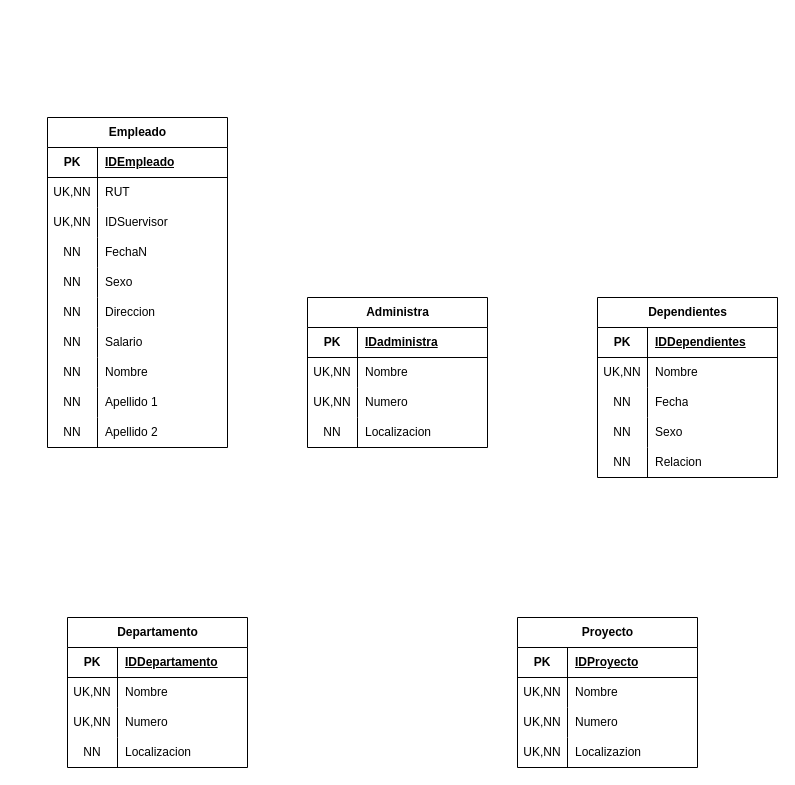
The draw.io diagram Examen Progreso II.drawio in Mundrack/Base-de-datos, before the edit. Source tidied: cells renumbered, new cells numbered last; positions are measured from the earlier drawing's top-left corner, leaving out a move shared by most shapes. Both pictures are drawn from the tidied source at 100%, with x=0, y=0 at pixel (47, 117).
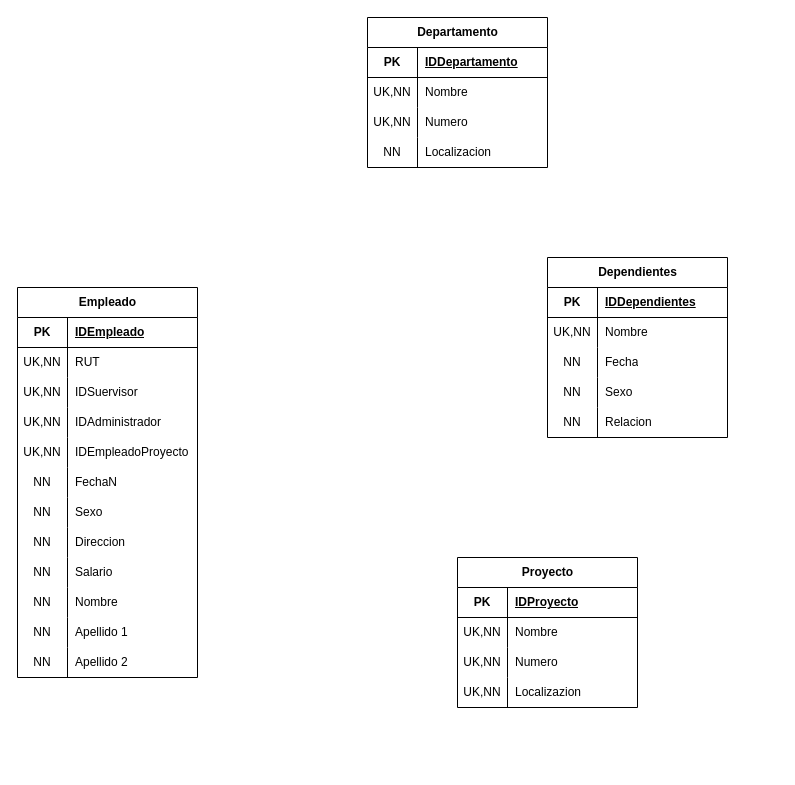
The same diagram, later.

What changed in the source:
```diff
@@
     <mxCell id="2" value="Empleado" style="shape=table;startSize=30;childLayout=tableLayout;rowLines=0;fontStyle=1;align=center;html=1;" parent="1" vertex="1">
-      <mxGeometry width="180" height="330" as="geometry" />
+      <mxGeometry x="-30" y="170" width="180" height="390" as="geometry" />
     </mxCell>
@@
+    <mxCell id="85" style="shape=tableRow;horizontal=0;startSize=0;swimlaneHead=0;swimlaneBody=0;fillColor=none;top=0;left=0;right=0;bottom=0;" parent="2" vertex="1">
+      <mxGeometry y="120" width="180" height="30" as="geometry" />
+    </mxCell>
+    <mxCell id="88" value="UK,NN" style="shape=partialRectangle;fillColor=none;top=0;left=0;bottom=0;right=0;overflow=hidden;whiteSpace=wrap;html=1;" parent="85" vertex="1">
+      <mxGeometry width="50" height="30" as="geometry" />
+    </mxCell>
+    <mxCell id="89" value="IDAdministrador" style="shape=partialRectangle;fillColor=none;top=0;left=0;bottom=0;right=0;align=left;spacingLeft=6;overflow=hidden;whiteSpace=wrap;html=1;" parent="85" vertex="1">
+      <mxGeometry x="50" width="130" height="30" as="geometry" />
+    </mxCell>
+    <mxCell id="90" style="shape=tableRow;horizontal=0;startSize=0;swimlaneHead=0;swimlaneBody=0;fillColor=none;top=0;left=0;right=0;bottom=0;" parent="2" vertex="1">
+      <mxGeometry y="150" width="180" height="30" as="geometry" />
+    </mxCell>
+    <mxCell id="91" value="UK,NN" style="shape=partialRectangle;fillColor=none;top=0;left=0;bottom=0;right=0;overflow=hidden;whiteSpace=wrap;html=1;" parent="90" vertex="1">
+      <mxGeometry width="50" height="30" as="geometry" />
+    </mxCell>
+    <mxCell id="92" value="IDEmpleadoProyecto" style="shape=partialRectangle;fillColor=none;top=0;left=0;bottom=0;right=0;align=left;spacingLeft=6;overflow=hidden;whiteSpace=wrap;html=1;" parent="90" vertex="1">
+      <mxGeometry x="50" width="130" height="30" as="geometry" />
+    </mxCell>
     <mxCell id="12" style="shape=tableRow;horizontal=0;startSize=0;swimlaneHead=0;swimlaneBody=0;fillColor=none;top=0;left=0;right=0;bottom=0;" parent="2" vertex="1">
-      <mxGeometry y="120" width="180" height="30" as="geometry" />
+      <mxGeometry y="180" width="180" height="30" as="geometry" />
     </mxCell>
@@
     <mxCell id="15" style="shape=tableRow;horizontal=0;startSize=0;swimlaneHead=0;swimlaneBody=0;fillColor=none;top=0;left=0;right=0;bottom=0;" parent="2" vertex="1">
-      <mxGeometry y="150" width="180" height="30" as="geometry" />
+      <mxGeometry y="210" width="180" height="30" as="geometry" />
     </mxCell>
@@
     <mxCell id="18" style="shape=tableRow;horizontal=0;startSize=0;swimlaneHead=0;swimlaneBody=0;fillColor=none;top=0;left=0;right=0;bottom=0;" parent="2" vertex="1">
-      <mxGeometry y="180" width="180" height="30" as="geometry" />
+      <mxGeometry y="240" width="180" height="30" as="geometry" />
     </mxCell>
@@
     <mxCell id="21" style="shape=tableRow;horizontal=0;startSize=0;swimlaneHead=0;swimlaneBody=0;fillColor=none;top=0;left=0;right=0;bottom=0;" parent="2" vertex="1">
-      <mxGeometry y="210" width="180" height="30" as="geometry" />
+      <mxGeometry y="270" width="180" height="30" as="geometry" />
     </mxCell>
@@
     <mxCell id="24" style="shape=tableRow;horizontal=0;startSize=0;swimlaneHead=0;swimlaneBody=0;fillColor=none;top=0;left=0;right=0;bottom=0;" parent="2" vertex="1">
-      <mxGeometry y="240" width="180" height="30" as="geometry" />
+      <mxGeometry y="300" width="180" height="30" as="geometry" />
     </mxCell>
@@
     <mxCell id="27" style="shape=tableRow;horizontal=0;startSize=0;swimlaneHead=0;swimlaneBody=0;fillColor=none;top=0;left=0;right=0;bottom=0;" parent="2" vertex="1">
-      <mxGeometry y="270" width="180" height="30" as="geometry" />
+      <mxGeometry y="330" width="180" height="30" as="geometry" />
     </mxCell>
@@
     <mxCell id="30" style="shape=tableRow;horizontal=0;startSize=0;swimlaneHead=0;swimlaneBody=0;fillColor=none;top=0;left=0;right=0;bottom=0;" parent="2" vertex="1">
-      <mxGeometry y="300" width="180" height="30" as="geometry" />
+      <mxGeometry y="360" width="180" height="30" as="geometry" />
     </mxCell>
@@
     <mxCell id="33" value="Departamento" style="shape=table;startSize=30;childLayout=tableLayout;rowLines=0;fontStyle=1;align=center;html=1;" parent="1" vertex="1">
-      <mxGeometry x="20" y="500" width="180" height="150" as="geometry" />
+      <mxGeometry x="320" y="-100" width="180" height="150" as="geometry" />
     </mxCell>
@@
     <mxCell id="46" value="Proyecto" style="shape=table;startSize=30;childLayout=tableLayout;rowLines=0;fontStyle=1;align=center;html=1;" parent="1" vertex="1">
-      <mxGeometry x="470" y="500" width="180" height="150" as="geometry" />
+      <mxGeometry x="410" y="440" width="180" height="150" as="geometry" />
     </mxCell>
@@
     <mxCell id="59" value="Dependientes" style="shape=table;startSize=30;childLayout=tableLayout;rowLines=0;fontStyle=1;align=center;html=1;" parent="1" vertex="1">
-      <mxGeometry x="550" y="180" width="180" height="180" as="geometry" />
+      <mxGeometry x="500" y="140" width="180" height="180" as="geometry" />
     </mxCell>
@@
-    <mxCell id="75" value="Administra" style="shape=table;startSize=30;childLayout=tableLayout;rowLines=0;fontStyle=1;align=center;html=1;" parent="1" vertex="1">
-      <mxGeometry x="260" y="180" width="180" height="150" as="geometry" />
-    </mxCell>
-    <mxCell id="76" style="shape=tableRow;horizontal=0;startSize=0;swimlaneHead=0;swimlaneBody=0;fillColor=none;top=0;left=0;right=0;bottom=1;" parent="75" vertex="1">
-      <mxGeometry y="30" width="180" height="30" as="geometry" />
-    </mxCell>
-    <mxCell id="77" value="PK" style="shape=partialRectangle;fillColor=none;top=0;left=0;bottom=0;right=0;fontStyle=1;overflow=hidden;whiteSpace=wrap;html=1;" parent="76" vertex="1">
-      <mxGeometry width="50" height="30" as="geometry" />
-    </mxCell>
-    <mxCell id="78" value="IDadministra" style="shape=partialRectangle;fillColor=none;top=0;left=0;bottom=0;right=0;align=left;spacingLeft=6;fontStyle=5;overflow=hidden;whiteSpace=wrap;html=1;" parent="76" vertex="1">
-      <mxGeometry x="50" width="130" height="30" as="geometry" />
-    </mxCell>
-    <mxCell id="79" style="shape=tableRow;horizontal=0;startSize=0;swimlaneHead=0;swimlaneBody=0;fillColor=none;top=0;left=0;right=0;bottom=0;" parent="75" vertex="1">
-      <mxGeometry y="60" width="180" height="30" as="geometry" />
-    </mxCell>
-    <mxCell id="80" value="UK,NN" style="shape=partialRectangle;fillColor=none;top=0;left=0;bottom=0;right=0;overflow=hidden;whiteSpace=wrap;html=1;" parent="79" vertex="1">
-      <mxGeometry width="50" height="30" as="geometry" />
-    </mxCell>
-    <mxCell id="81" value="Nombre" style="shape=partialRectangle;fillColor=none;top=0;left=0;bottom=0;right=0;align=left;spacingLeft=6;overflow=hidden;whiteSpace=wrap;html=1;" parent="79" vertex="1">
-      <mxGeometry x="50" width="130" height="30" as="geometry" />
-    </mxCell>
-    <mxCell id="82" style="shape=tableRow;horizontal=0;startSize=0;swimlaneHead=0;swimlaneBody=0;fillColor=none;top=0;left=0;right=0;bottom=0;" parent="75" vertex="1">
-      <mxGeometry y="90" width="180" height="30" as="geometry" />
-    </mxCell>
-    <mxCell id="83" value="UK,NN" style="shape=partialRectangle;fillColor=none;top=0;left=0;bottom=0;right=0;overflow=hidden;whiteSpace=wrap;html=1;" parent="82" vertex="1">
-      <mxGeometry width="50" height="30" as="geometry" />
-    </mxCell>
-    <mxCell id="84" value="Numero" style="shape=partialRectangle;fillColor=none;top=0;left=0;bottom=0;right=0;align=left;spacingLeft=6;overflow=hidden;whiteSpace=wrap;html=1;" parent="82" vertex="1">
-      <mxGeometry x="50" width="130" height="30" as="geometry" />
-    </mxCell>
-    <mxCell id="85" style="shape=tableRow;horizontal=0;startSize=0;swimlaneHead=0;swimlaneBody=0;fillColor=none;top=0;left=0;right=0;bottom=0;" parent="75" vertex="1">
-      <mxGeometry y="120" width="180" height="30" as="geometry" />
-    </mxCell>
-    <mxCell id="86" value="NN" style="shape=partialRectangle;fillColor=none;top=0;left=0;bottom=0;right=0;overflow=hidden;whiteSpace=wrap;html=1;" parent="85" vertex="1">
-      <mxGeometry width="50" height="30" as="geometry" />
-    </mxCell>
-    <mxCell id="87" value="Localizacion" style="shape=partialRectangle;fillColor=none;top=0;left=0;bottom=0;right=0;align=left;spacingLeft=6;overflow=hidden;whiteSpace=wrap;html=1;" parent="85" vertex="1">
-      <mxGeometry x="50" width="130" height="30" as="geometry" />
-    </mxCell>
```
